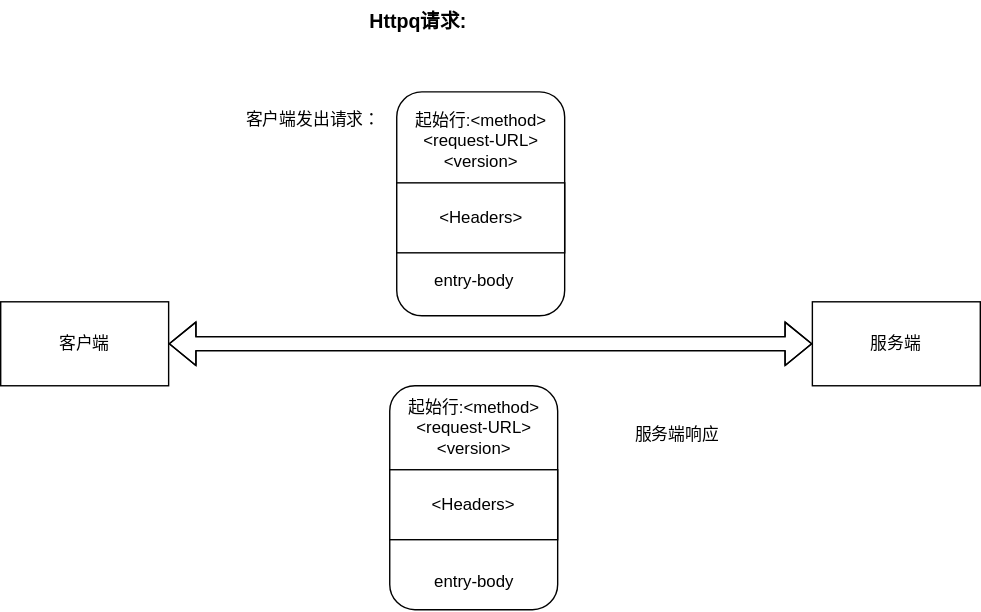
vaniot-s/picture keeps this draw.io diagram as http/http.svg. Above is the earlier version. Source tidied: cells renumbered, new cells last; positions are measured from the earlier drawing's top-left corner, leaving out a move shared by most shapes.
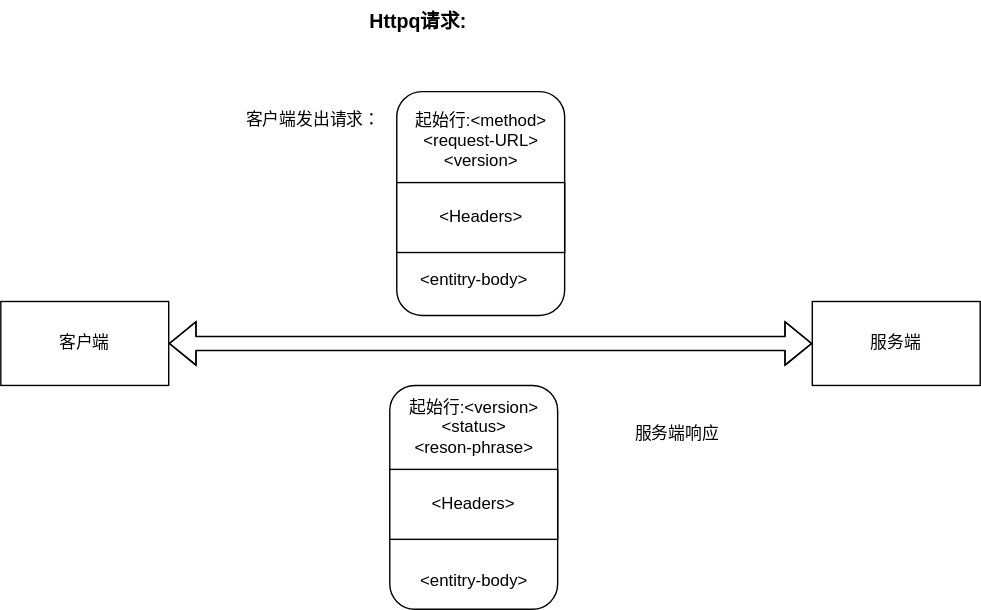
After the commit.

Change to the diagram source:
```diff
@@ -27,8 +27,8 @@
     <mxCell id="8" value="&amp;lt;Headers&amp;gt;" style="text;html=1;align=center;verticalAlign=middle;fillColor=none;strokeColor=none;rounded=0;" parent="1" vertex="1">
       <mxGeometry x="303" y="140" width="80" height="30" as="geometry" />
     </mxCell>
-    <mxCell id="9" value="entry-body" style="text;html=1;align=center;verticalAlign=middle;fillColor=none;strokeColor=none;rounded=0;" parent="1" vertex="1">
-      <mxGeometry x="293" y="185" width="90" height="30" as="geometry" />
+    <mxCell id="9" value="&amp;lt;entitry-body&amp;gt;" style="text;html=1;align=center;verticalAlign=middle;fillColor=none;strokeColor=none;rounded=0;" parent="1" vertex="1">
+      <mxGeometry x="283" y="185" width="110" height="30" as="geometry" />
     </mxCell>
     <mxCell id="10" value="客户端发出请求：" style="text;html=1;align=center;verticalAlign=middle;fillColor=none;strokeColor=none;rounded=0;" parent="1" vertex="1">
       <mxGeometry x="163" y="70" width="120" height="30" as="geometry" />
@@ -42,11 +42,11 @@
     <mxCell id="13" value="&amp;lt;Headers&amp;gt;" style="rounded=0;whiteSpace=wrap;html=1;" parent="1" vertex="1">
       <mxGeometry x="278" y="335" width="120" height="50" as="geometry" />
     </mxCell>
-    <mxCell id="14" value="起始行:&amp;lt;method&amp;gt;&lt;br&gt;&amp;lt;request-URL&amp;gt;&lt;br&gt;&amp;lt;version&amp;gt;" style="text;html=1;align=center;verticalAlign=middle;fillColor=none;strokeColor=none;rounded=0;" parent="1" vertex="1">
+    <mxCell id="14" value="起始行:&amp;lt;version&amp;gt;&lt;br&gt;&amp;lt;status&amp;gt;&lt;br&gt;&amp;lt;reson-phrase&amp;gt;" style="text;html=1;align=center;verticalAlign=middle;fillColor=none;strokeColor=none;rounded=0;" parent="1" vertex="1">
       <mxGeometry x="278" y="275" width="120" height="60" as="geometry" />
     </mxCell>
-    <mxCell id="15" value="entry-body" style="text;html=1;align=center;verticalAlign=middle;fillColor=none;strokeColor=none;rounded=0;" parent="1" vertex="1">
-      <mxGeometry x="293" y="400" width="90" height="30" as="geometry" />
+    <mxCell id="15" value="&amp;lt;entitry-body&amp;gt;" style="text;html=1;align=center;verticalAlign=middle;fillColor=none;strokeColor=none;rounded=0;" parent="1" vertex="1">
+      <mxGeometry x="283" y="400" width="110" height="30" as="geometry" />
     </mxCell>
     <mxCell id="16" value="&lt;font style=&quot;font-size: 14px;&quot;&gt;&lt;b&gt;Httpq请求:&lt;/b&gt;&lt;/font&gt;" style="text;html=1;align=center;verticalAlign=middle;fillColor=none;strokeColor=none;rounded=0;" parent="1" vertex="1">
       <mxGeometry x="248" width="100" height="30" as="geometry" />
```
